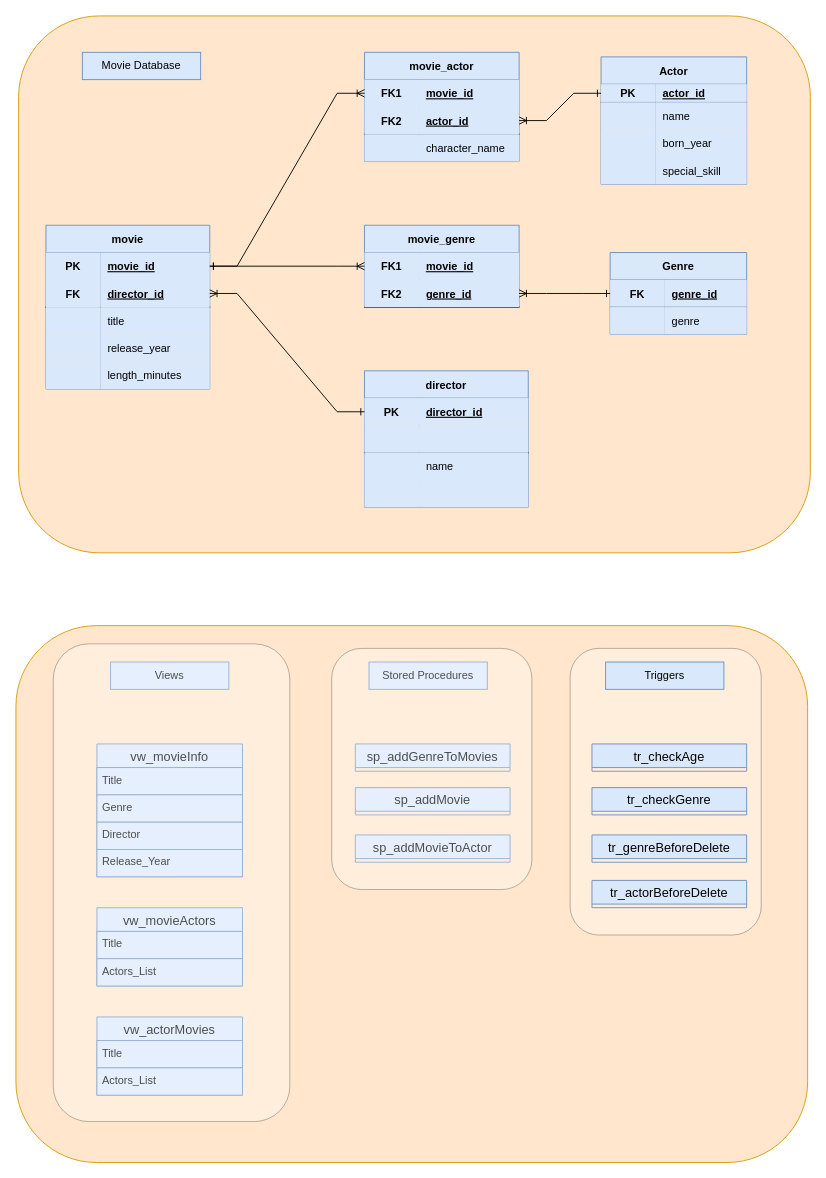
Earlier version of the draw.io diagram mysql_scripts/ERdiagram.drawio (tallner/mySQL_movieJava). Source tidied: cells renumbered, new cells numbered last; positions are measured from the earlier drawing's top-left corner, leaving out a move shared by most shapes. Both pictures are drawn from the tidied source at 91%, with x=0, y=0 at pixel (15, 15).
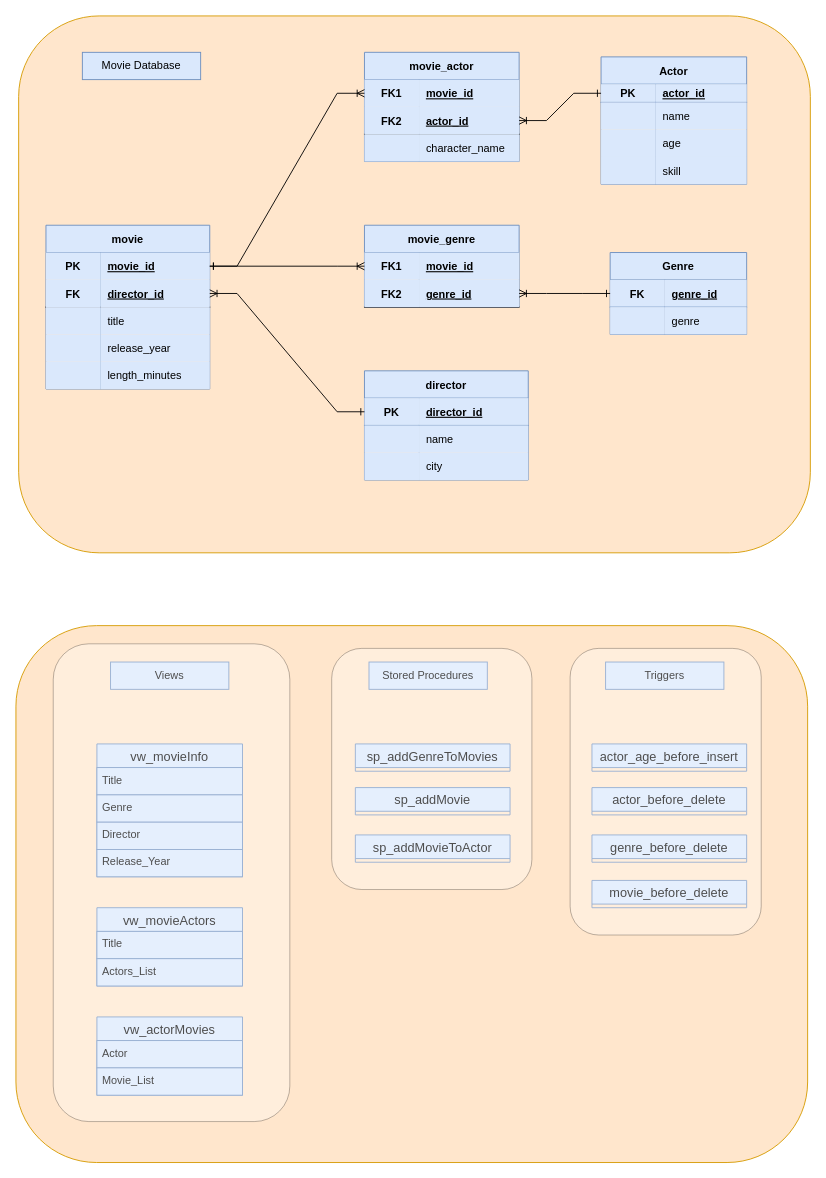
The same diagram, later.

Unchanged cells that the change refers to:
```xml
<mxCell id="12" style="shape=tableRow;horizontal=0;startSize=0;swimlaneHead=0;swimlaneBody=0;fillColor=none;top=0;left=0;right=0;bottom=0;" parent="5" vertex="1">
  <mxGeometry y="80" width="160" height="30" as="geometry" />
</mxCell>
<mxCell id="15" style="shape=tableRow;horizontal=0;startSize=0;swimlaneHead=0;swimlaneBody=0;fillColor=none;top=0;left=0;right=0;bottom=0;" parent="5" vertex="1">
  <mxGeometry y="110" width="160" height="30" as="geometry" />
</mxCell>
<mxCell id="26" style="shape=tableRow;horizontal=0;startSize=0;swimlaneHead=0;swimlaneBody=0;fillColor=none;points=[[0,0.5],[1,0.5]];portConstraint=eastwest;top=0;left=0;right=0;bottom=0;" parent="25" vertex="1">
  <mxGeometry y="30" width="180" height="30" as="geometry" />
</mxCell>
<mxCell id="86" value="vw_actorMovies" style="swimlane;fontStyle=0;horizontal=1;startSize=26;align=center;fontSize=14;fillColor=#dae8fc;strokeColor=#6c8ebf;" parent="1" vertex="1">
  <mxGeometry x="89" y="1100" width="160" height="86" as="geometry" />
</mxCell>
```

The edit, as a diff of the source:
```diff
@@
-    <mxCell id="3" style="rounded=1;whiteSpace=wrap;html=1;opacity=30;" parent="1" vertex="1">
-      <mxGeometry x="609" y="695" width="210" height="315" as="geometry" />
-    </mxCell>
@@
-    <mxCell id="14" value="born_year" style="shape=partialRectangle;fillColor=#dae8fc;top=0;left=0;bottom=0;right=0;align=left;spacingLeft=6;overflow=hidden;strokeColor=#6c8ebf;" parent="12" vertex="1">
+    <mxCell id="14" value="age" style="shape=partialRectangle;fillColor=#dae8fc;top=0;left=0;bottom=0;right=0;align=left;spacingLeft=6;overflow=hidden;strokeColor=#6c8ebf;" parent="12" vertex="1">
       <mxGeometry x="60" width="100" height="30" as="geometry" />
     </mxCell>
@@
-    <mxCell id="17" value="special_skill" style="shape=partialRectangle;fillColor=#dae8fc;top=0;left=0;bottom=0;right=0;align=left;spacingLeft=6;overflow=hidden;strokeColor=#6c8ebf;" parent="15" vertex="1">
+    <mxCell id="17" value="skill" style="shape=partialRectangle;fillColor=#dae8fc;top=0;left=0;bottom=0;right=0;align=left;spacingLeft=6;overflow=hidden;strokeColor=#6c8ebf;" parent="15" vertex="1">
       <mxGeometry x="60" width="100" height="30" as="geometry" />
     </mxCell>
@@
     <mxCell id="25" value="director" style="shape=table;startSize=30;childLayout=tableLayout;rowLines=0;fontStyle=1;align=center;fillColor=#dae8fc;strokeColor=#6c8ebf;" parent="1" vertex="1">
-      <mxGeometry x="383" y="390" width="180" height="150" as="geometry" />
+      <mxGeometry x="383" y="390" width="180" height="120" as="geometry" />
     </mxCell>
@@
-    <mxCell id="27" value="PK" style="shape=partialRectangle;fillColor=#dae8fc;top=0;left=0;bottom=0;right=0;fontStyle=1;overflow=hidden;strokeColor=#6c8ebf;" parent="26" vertex="1">
+    <mxCell id="27" value="PK" style="shape=partialRectangle;fillColor=#dae8fc;top=0;left=0;bottom=1;right=0;fontStyle=1;overflow=hidden;strokeColor=#6c8ebf;" parent="26" vertex="1">
       <mxGeometry width="60" height="30" as="geometry" />
     </mxCell>
-    <mxCell id="28" value="director_id" style="shape=partialRectangle;fillColor=#dae8fc;top=0;left=0;bottom=0;right=0;align=left;spacingLeft=6;fontStyle=5;overflow=hidden;strokeColor=#6c8ebf;" parent="26" vertex="1">
+    <mxCell id="28" value="director_id" style="shape=partialRectangle;fillColor=#dae8fc;top=0;left=0;bottom=1;right=0;align=left;spacingLeft=6;fontStyle=5;overflow=hidden;strokeColor=#6c8ebf;" parent="26" vertex="1">
       <mxGeometry x="60" width="120" height="30" as="geometry" />
     </mxCell>
-    <mxCell id="29" style="shape=tableRow;horizontal=0;startSize=0;swimlaneHead=0;swimlaneBody=0;fillColor=none;top=0;left=0;right=0;bottom=1;" parent="25" vertex="1">
-      <mxGeometry y="60" width="180" height="30" as="geometry" />
-    </mxCell>
-    <mxCell id="30" style="shape=partialRectangle;fillColor=#dae8fc;top=0;left=0;bottom=0;right=0;fontStyle=1;overflow=hidden;strokeColor=#6c8ebf;" parent="29" vertex="1">
-      <mxGeometry width="60" height="30" as="geometry" />
-    </mxCell>
-    <mxCell id="31" style="shape=partialRectangle;fillColor=#dae8fc;top=0;left=0;bottom=0;right=0;align=left;spacingLeft=6;fontStyle=5;overflow=hidden;strokeColor=#6c8ebf;" parent="29" vertex="1">
-      <mxGeometry x="60" width="120" height="30" as="geometry" />
-    </mxCell>
     <mxCell id="32" style="shape=tableRow;horizontal=0;startSize=0;swimlaneHead=0;swimlaneBody=0;fillColor=none;top=0;left=0;right=0;bottom=0;" parent="25" vertex="1">
-      <mxGeometry y="90" width="180" height="30" as="geometry" />
+      <mxGeometry y="60" width="180" height="30" as="geometry" />
     </mxCell>
@@
     <mxCell id="35" style="shape=tableRow;horizontal=0;startSize=0;swimlaneHead=0;swimlaneBody=0;fillColor=none;top=0;left=0;right=0;bottom=0;" parent="25" vertex="1">
-      <mxGeometry y="120" width="180" height="30" as="geometry" />
+      <mxGeometry y="90" width="180" height="30" as="geometry" />
     </mxCell>
@@
-    <mxCell id="37" style="shape=partialRectangle;fillColor=#dae8fc;top=0;left=0;bottom=0;right=0;align=left;spacingLeft=6;overflow=hidden;strokeColor=#6c8ebf;" parent="35" vertex="1">
+    <mxCell id="37" value="city" style="shape=partialRectangle;fillColor=#dae8fc;top=0;left=0;bottom=0;right=0;align=left;spacingLeft=6;overflow=hidden;strokeColor=#6c8ebf;" parent="35" vertex="1">
       <mxGeometry x="60" width="120" height="30" as="geometry" />
     </mxCell>
@@
-    <mxCell id="87" value="Title" style="text;strokeColor=#6c8ebf;fillColor=#dae8fc;spacingLeft=4;spacingRight=4;overflow=hidden;fontSize=12;" parent="86" vertex="1">
+    <mxCell id="87" value="Actor" style="text;strokeColor=#6c8ebf;fillColor=#dae8fc;spacingLeft=4;spacingRight=4;overflow=hidden;fontSize=12;" parent="86" vertex="1">
       <mxGeometry y="26" width="160" height="30" as="geometry" />
     </mxCell>
-    <mxCell id="88" value="Actors_List" style="text;strokeColor=#6c8ebf;fillColor=#dae8fc;spacingLeft=4;spacingRight=4;overflow=hidden;fontSize=12;" parent="86" vertex="1">
+    <mxCell id="88" value="Movie_List" style="text;strokeColor=#6c8ebf;fillColor=#dae8fc;spacingLeft=4;spacingRight=4;overflow=hidden;fontSize=12;" parent="86" vertex="1">
       <mxGeometry y="56" width="160" height="30" as="geometry" />
     </mxCell>
@@
-    <mxCell id="93" style="rounded=1;whiteSpace=wrap;html=1;opacity=30;" parent="1" vertex="1">
-      <mxGeometry x="41" y="690" width="260" height="525" as="geometry" />
-    </mxCell>
@@
-    <mxCell id="95" value="tr_checkAge" style="swimlane;fontStyle=0;horizontal=1;startSize=26;align=center;fontSize=14;fillColor=#dae8fc;strokeColor=#6c8ebf;" parent="1" vertex="1">
+    <mxCell id="95" value="actor_age_before_insert" style="swimlane;fontStyle=0;horizontal=1;startSize=26;align=center;fontSize=14;fillColor=#dae8fc;strokeColor=#6c8ebf;" parent="1" vertex="1">
       <mxGeometry x="633" y="800" width="170" height="30" as="geometry" />
     </mxCell>
-    <mxCell id="96" value="tr_checkGenre" style="swimlane;fontStyle=0;horizontal=1;startSize=26;align=center;fontSize=14;fillColor=#dae8fc;strokeColor=#6c8ebf;" parent="1" vertex="1">
+    <mxCell id="96" value="actor_before_delete" style="swimlane;fontStyle=0;horizontal=1;startSize=26;align=center;fontSize=14;fillColor=#dae8fc;strokeColor=#6c8ebf;" parent="1" vertex="1">
       <mxGeometry x="633" y="848" width="170" height="30" as="geometry" />
     </mxCell>
@@
-    <mxCell id="98" value="tr_genreBeforeDelete" style="swimlane;fontStyle=0;horizontal=1;startSize=26;align=center;fontSize=14;fillColor=#dae8fc;strokeColor=#6c8ebf;" parent="1" vertex="1">
+    <mxCell id="98" value="genre_before_delete" style="swimlane;fontStyle=0;horizontal=1;startSize=26;align=center;fontSize=14;fillColor=#dae8fc;strokeColor=#6c8ebf;" parent="1" vertex="1">
       <mxGeometry x="633" y="900" width="170" height="30" as="geometry" />
     </mxCell>
-    <mxCell id="99" value="tr_actorBeforeDelete" style="swimlane;fontStyle=0;horizontal=1;startSize=26;align=center;fontSize=14;fillColor=#dae8fc;strokeColor=#6c8ebf;" parent="1" vertex="1">
+    <mxCell id="99" value="movie_before_delete" style="swimlane;fontStyle=0;horizontal=1;startSize=26;align=center;fontSize=14;fillColor=#dae8fc;strokeColor=#6c8ebf;" parent="1" vertex="1">
       <mxGeometry x="633" y="950" width="170" height="30" as="geometry" />
     </mxCell>
+    <mxCell id="3" style="rounded=1;whiteSpace=wrap;html=1;opacity=30;" parent="1" vertex="1">
+      <mxGeometry x="609" y="695" width="210" height="315" as="geometry" />
+    </mxCell>
+    <mxCell id="93" style="rounded=1;whiteSpace=wrap;html=1;opacity=30;" parent="1" vertex="1">
+      <mxGeometry x="41" y="690" width="260" height="525" as="geometry" />
+    </mxCell>
```
